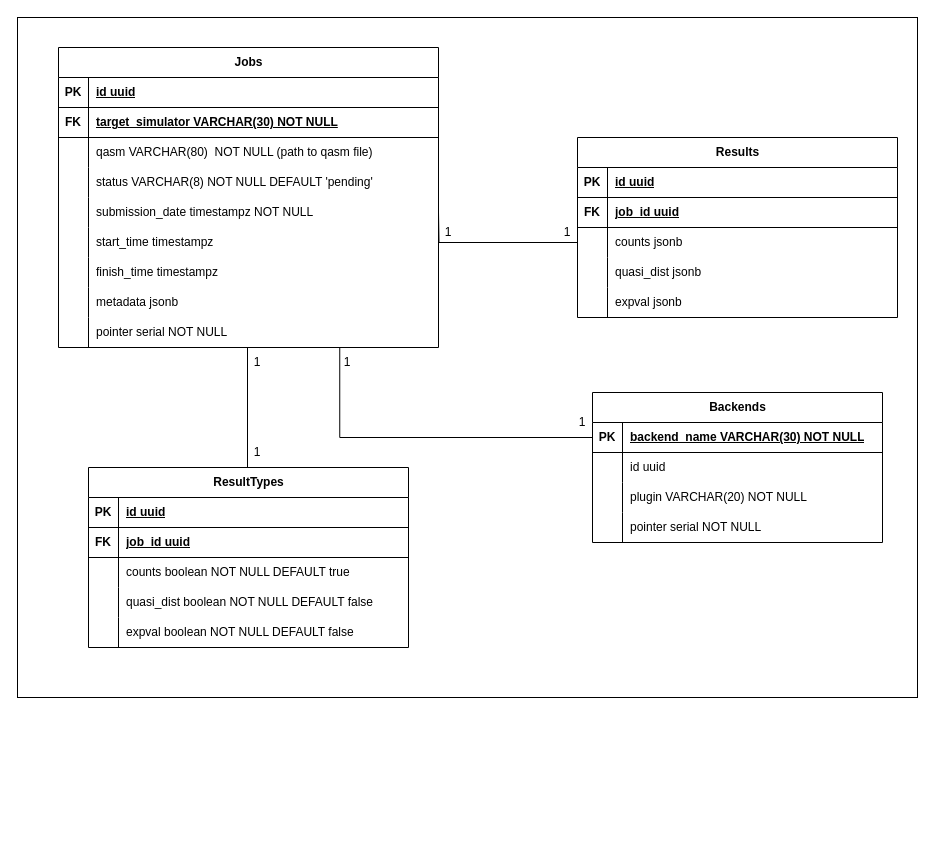
Before: assets/database.drawio in Dpbm/qserver, a draw.io diagram. Source tidied: cells renumbered, new cells numbered last; positions are measured from the earlier drawing's top-left corner, leaving out a move shared by most shapes. Both pictures are drawn from the tidied source at 100%, with x=0, y=0 at pixel (17, 17).
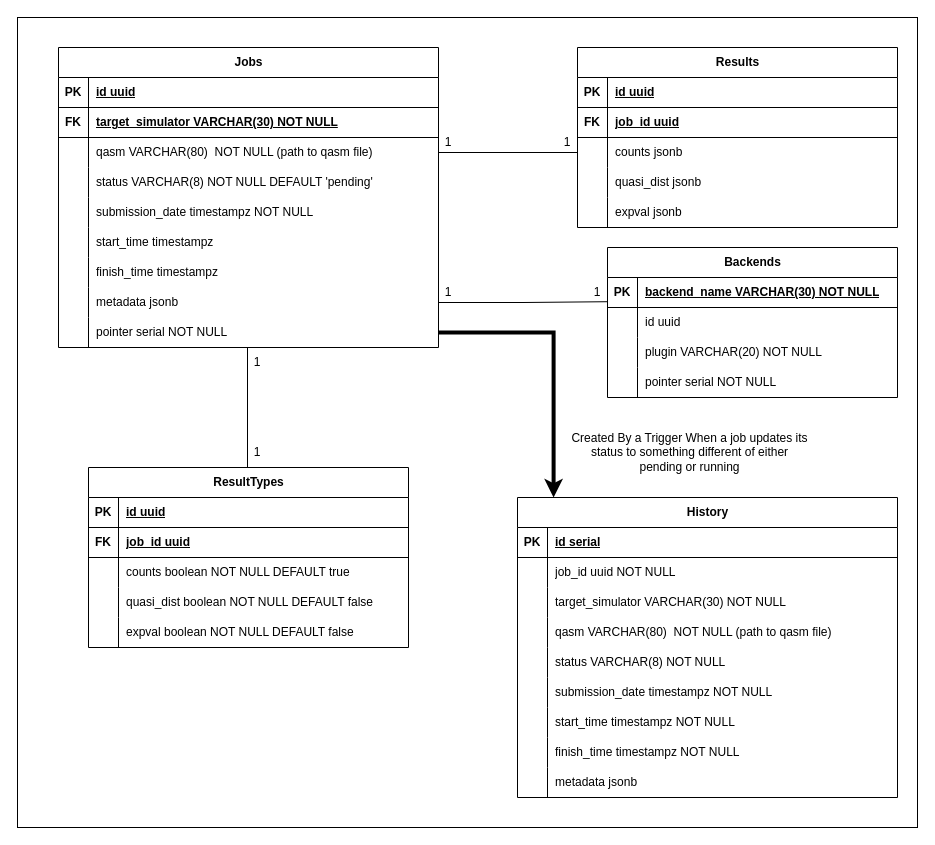
Above is the later version.

Unchanged cells that the change refers to:
```xml
<mxCell id="10" style="shape=tableRow;horizontal=0;startSize=0;swimlaneHead=0;swimlaneBody=0;fillColor=none;points=[[0,0.5],[1,0.5]];portConstraint=eastwest;top=0;left=0;right=0;bottom=0;" parent="3" vertex="1">
  <mxGeometry y="90" width="380" height="30" as="geometry" />
</mxCell>
<mxCell id="25" style="shape=tableRow;horizontal=0;startSize=0;swimlaneHead=0;swimlaneBody=0;fillColor=none;points=[[0,0.5],[1,0.5]];portConstraint=eastwest;top=0;left=0;right=0;bottom=0;" parent="3" vertex="1">
  <mxGeometry y="240" width="380" height="30" as="geometry" />
</mxCell>
<mxCell id="28" style="shape=tableRow;horizontal=0;startSize=0;swimlaneHead=0;swimlaneBody=0;fillColor=none;points=[[0,0.5],[1,0.5]];portConstraint=eastwest;top=0;left=0;right=0;bottom=0;" parent="3" vertex="1">
  <mxGeometry y="270" width="380" height="30" as="geometry" />
</mxCell>
<mxCell id="38" style="shape=tableRow;horizontal=0;startSize=0;swimlaneHead=0;swimlaneBody=0;fillColor=none;points=[[0,0.5],[1,0.5]];portConstraint=eastwest;top=0;left=0;right=0;bottom=0;" parent="31" vertex="1">
  <mxGeometry y="90" width="320" height="30" as="geometry" />
</mxCell>
<mxCell id="70" style="shape=tableRow;horizontal=0;startSize=0;swimlaneHead=0;swimlaneBody=0;fillColor=none;points=[[0,0.5],[1,0.5]];portConstraint=eastwest;top=0;left=0;right=0;bottom=1;" parent="69" vertex="1">
  <mxGeometry y="30" width="290" height="30" as="geometry" />
</mxCell>
```

Diff of the diagram source:
```diff
@@
     <mxCell id="2" style="rounded=0;whiteSpace=wrap;html=1;" parent="1" vertex="1">
-      <mxGeometry width="900" height="680" as="geometry" />
+      <mxGeometry width="900" height="810" as="geometry" />
     </mxCell>
@@
     <mxCell id="31" value="Results" style="shape=table;startSize=30;childLayout=tableLayout;rowLines=0;fontStyle=1;align=center;html=1;" parent="1" vertex="1">
-      <mxGeometry x="560" y="120" width="320" height="180" as="geometry" />
+      <mxGeometry x="560" y="30" width="320" height="180" as="geometry" />
     </mxCell>
@@
-    <mxCell id="47" style="edgeStyle=orthogonalEdgeStyle;rounded=0;jettySize=auto;html=1;exitX=0;exitY=0.5;exitDx=0;exitDy=0;entryX=1;entryY=0.5;entryDx=0;entryDy=0;endArrow=none;startFill=0;" parent="1" edge="1" source="38">
-      <mxGeometry relative="1" as="geometry">
-        <mxPoint x="421" y="195" as="targetPoint" />
-      </mxGeometry>
+    <mxCell id="47" style="edgeStyle=orthogonalEdgeStyle;rounded=0;jettySize=auto;html=1;exitX=0;exitY=0.5;exitDx=0;exitDy=0;entryX=1;entryY=0.5;entryDx=0;entryDy=0;endArrow=none;startFill=0;" parent="1" edge="1" source="38" target="10">
+      <mxGeometry relative="1" as="geometry" />
     </mxCell>
     <mxCell id="48" value="1" style="text;html=1;align=center;verticalAlign=middle;whiteSpace=wrap;rounded=0;" parent="1" vertex="1">
-      <mxGeometry x="421" y="200" width="20" height="30" as="geometry" />
+      <mxGeometry x="421" y="110" width="20" height="30" as="geometry" />
     </mxCell>
     <mxCell id="49" value="1" style="text;html=1;align=center;verticalAlign=middle;whiteSpace=wrap;rounded=0;" parent="1" vertex="1">
-      <mxGeometry x="540" y="200" width="20" height="30" as="geometry" />
+      <mxGeometry x="540" y="110" width="20" height="30" as="geometry" />
     </mxCell>
@@
     <mxCell id="69" value="Backends" style="shape=table;startSize=30;childLayout=tableLayout;rowLines=0;fontStyle=1;align=center;html=1;" parent="1" vertex="1">
-      <mxGeometry x="575" y="375" width="290" height="150" as="geometry" />
+      <mxGeometry x="590" y="230" width="290" height="150" as="geometry" />
     </mxCell>
@@
-    <mxCell id="82" style="rounded=0;jettySize=auto;html=1;exitX=0;exitY=0.5;exitDx=0;exitDy=0;entryX=0.113;entryY=0.017;entryDx=0;entryDy=0;entryPerimeter=0;edgeStyle=elbowEdgeStyle;elbow=vertical;endArrow=none;startFill=0;" parent="1" edge="1" source="70" target="83">
-      <mxGeometry relative="1" as="geometry">
-        <Array as="points">
-          <mxPoint x="450" y="420" />
-        </Array>
-      </mxGeometry>
-    </mxCell>
     <mxCell id="83" value="1" style="text;html=1;align=center;verticalAlign=middle;whiteSpace=wrap;rounded=0;" parent="1" vertex="1">
-      <mxGeometry x="320" y="330" width="20" height="30" as="geometry" />
+      <mxGeometry x="421" y="260" width="20" height="30" as="geometry" />
     </mxCell>
     <mxCell id="84" value="1" style="text;html=1;align=center;verticalAlign=middle;whiteSpace=wrap;rounded=0;" parent="1" vertex="1">
-      <mxGeometry x="555" y="390" width="20" height="30" as="geometry" />
+      <mxGeometry x="570" y="260" width="20" height="30" as="geometry" />
     </mxCell>
+    <mxCell id="85" value="History" style="shape=table;startSize=30;childLayout=tableLayout;rowLines=0;fontStyle=1;align=center;html=1;" parent="1" vertex="1">
+      <mxGeometry x="500" y="480" width="380" height="300" as="geometry" />
+    </mxCell>
+    <mxCell id="86" style="shape=tableRow;horizontal=0;startSize=0;swimlaneHead=0;swimlaneBody=0;fillColor=none;top=0;left=0;right=0;bottom=1;" parent="85" vertex="1">
+      <mxGeometry y="30" width="380" height="30" as="geometry" />
+    </mxCell>
+    <mxCell id="87" value="PK" style="shape=partialRectangle;fillColor=none;top=0;left=0;bottom=0;right=0;fontStyle=1;overflow=hidden;whiteSpace=wrap;html=1;" parent="86" vertex="1">
+      <mxGeometry width="30" height="30" as="geometry" />
+    </mxCell>
+    <mxCell id="88" value="id serial" style="shape=partialRectangle;fillColor=none;top=0;left=0;bottom=0;right=0;align=left;spacingLeft=6;fontStyle=5;overflow=hidden;whiteSpace=wrap;html=1;" parent="86" vertex="1">
+      <mxGeometry x="30" width="350" height="30" as="geometry" />
+    </mxCell>
+    <mxCell id="89" style="shape=tableRow;horizontal=0;startSize=0;swimlaneHead=0;swimlaneBody=0;fillColor=none;top=0;left=0;right=0;bottom=0;" parent="85" vertex="1">
+      <mxGeometry y="60" width="380" height="30" as="geometry" />
+    </mxCell>
+    <mxCell id="90" style="shape=partialRectangle;fillColor=none;top=0;left=0;bottom=0;right=0;overflow=hidden;whiteSpace=wrap;html=1;" parent="89" vertex="1">
+      <mxGeometry width="30" height="30" as="geometry" />
+    </mxCell>
+    <mxCell id="91" value="job_id uuid NOT NULL" style="shape=partialRectangle;fillColor=none;top=0;left=0;bottom=0;right=0;align=left;spacingLeft=6;overflow=hidden;whiteSpace=wrap;html=1;" parent="89" vertex="1">
+      <mxGeometry x="30" width="350" height="30" as="geometry" />
+    </mxCell>
+    <mxCell id="92" style="shape=tableRow;horizontal=0;startSize=0;swimlaneHead=0;swimlaneBody=0;fillColor=none;top=0;left=0;right=0;bottom=0;" parent="85" vertex="1">
+      <mxGeometry y="90" width="380" height="30" as="geometry" />
+    </mxCell>
+    <mxCell id="93" style="shape=partialRectangle;fillColor=none;top=0;left=0;bottom=0;right=0;overflow=hidden;whiteSpace=wrap;html=1;" parent="92" vertex="1">
+      <mxGeometry width="30" height="30" as="geometry" />
+    </mxCell>
+    <mxCell id="94" value="target_simulator VARCHAR(30) NOT NULL" style="shape=partialRectangle;fillColor=none;top=0;left=0;bottom=0;right=0;align=left;spacingLeft=6;overflow=hidden;whiteSpace=wrap;html=1;" parent="92" vertex="1">
+      <mxGeometry x="30" width="350" height="30" as="geometry" />
+    </mxCell>
+    <mxCell id="95" style="shape=tableRow;horizontal=0;startSize=0;swimlaneHead=0;swimlaneBody=0;fillColor=none;top=0;left=0;right=0;bottom=0;" parent="85" vertex="1">
+      <mxGeometry y="120" width="380" height="30" as="geometry" />
+    </mxCell>
+    <mxCell id="96" style="shape=partialRectangle;fillColor=none;top=0;left=0;bottom=0;right=0;overflow=hidden;whiteSpace=wrap;html=1;" parent="95" vertex="1">
+      <mxGeometry width="30" height="30" as="geometry" />
+    </mxCell>
+    <mxCell id="97" value="qasm VARCHAR(80)&amp;nbsp; NOT NULL (path to qasm file)&lt;span style=&quot;color: light-dark(rgb(0, 0, 0), rgb(255, 255, 255)); background-color: transparent;&quot;&gt;&amp;nbsp;&lt;/span&gt;" style="shape=partialRectangle;fillColor=none;top=0;left=0;bottom=0;right=0;align=left;spacingLeft=6;overflow=hidden;whiteSpace=wrap;html=1;" parent="95" vertex="1">
+      <mxGeometry x="30" width="350" height="30" as="geometry" />
+    </mxCell>
+    <mxCell id="98" style="shape=tableRow;horizontal=0;startSize=0;swimlaneHead=0;swimlaneBody=0;fillColor=none;top=0;left=0;right=0;bottom=0;" parent="85" vertex="1">
+      <mxGeometry y="150" width="380" height="30" as="geometry" />
+    </mxCell>
+    <mxCell id="99" style="shape=partialRectangle;fillColor=none;top=0;left=0;bottom=0;right=0;overflow=hidden;whiteSpace=wrap;html=1;" parent="98" vertex="1">
+      <mxGeometry width="30" height="30" as="geometry" />
+    </mxCell>
+    <mxCell id="100" value="status VARCHAR(8) NOT NULL" style="shape=partialRectangle;fillColor=none;top=0;left=0;bottom=0;right=0;align=left;spacingLeft=6;overflow=hidden;whiteSpace=wrap;html=1;" parent="98" vertex="1">
+      <mxGeometry x="30" width="350" height="30" as="geometry" />
+    </mxCell>
+    <mxCell id="101" style="shape=tableRow;horizontal=0;startSize=0;swimlaneHead=0;swimlaneBody=0;fillColor=none;top=0;left=0;right=0;bottom=0;" parent="85" vertex="1">
+      <mxGeometry y="180" width="380" height="30" as="geometry" />
+    </mxCell>
+    <mxCell id="102" style="shape=partialRectangle;fillColor=none;top=0;left=0;bottom=0;right=0;overflow=hidden;whiteSpace=wrap;html=1;" parent="101" vertex="1">
+      <mxGeometry width="30" height="30" as="geometry" />
+    </mxCell>
+    <mxCell id="103" value="submission_date timestampz NOT NULL" style="shape=partialRectangle;fillColor=none;top=0;left=0;bottom=0;right=0;align=left;spacingLeft=6;overflow=hidden;whiteSpace=wrap;html=1;" parent="101" vertex="1">
+      <mxGeometry x="30" width="350" height="30" as="geometry" />
+    </mxCell>
+    <mxCell id="104" style="shape=tableRow;horizontal=0;startSize=0;swimlaneHead=0;swimlaneBody=0;fillColor=none;top=0;left=0;right=0;bottom=0;" parent="85" vertex="1">
+      <mxGeometry y="210" width="380" height="30" as="geometry" />
+    </mxCell>
+    <mxCell id="105" style="shape=partialRectangle;fillColor=none;top=0;left=0;bottom=0;right=0;overflow=hidden;whiteSpace=wrap;html=1;" parent="104" vertex="1">
+      <mxGeometry width="30" height="30" as="geometry" />
+    </mxCell>
+    <mxCell id="106" value="start_time timestampz NOT NULL" style="shape=partialRectangle;fillColor=none;top=0;left=0;bottom=0;right=0;align=left;spacingLeft=6;overflow=hidden;whiteSpace=wrap;html=1;" parent="104" vertex="1">
+      <mxGeometry x="30" width="350" height="30" as="geometry" />
+    </mxCell>
+    <mxCell id="107" style="shape=tableRow;horizontal=0;startSize=0;swimlaneHead=0;swimlaneBody=0;fillColor=none;top=0;left=0;right=0;bottom=0;" parent="85" vertex="1">
+      <mxGeometry y="240" width="380" height="30" as="geometry" />
+    </mxCell>
+    <mxCell id="108" style="shape=partialRectangle;fillColor=none;top=0;left=0;bottom=0;right=0;overflow=hidden;whiteSpace=wrap;html=1;" parent="107" vertex="1">
+      <mxGeometry width="30" height="30" as="geometry" />
+    </mxCell>
+    <mxCell id="109" value="finish_time timestampz NOT NULL" style="shape=partialRectangle;fillColor=none;top=0;left=0;bottom=0;right=0;align=left;spacingLeft=6;overflow=hidden;whiteSpace=wrap;html=1;" parent="107" vertex="1">
+      <mxGeometry x="30" width="350" height="30" as="geometry" />
+    </mxCell>
+    <mxCell id="110" style="shape=tableRow;horizontal=0;startSize=0;swimlaneHead=0;swimlaneBody=0;fillColor=none;top=0;left=0;right=0;bottom=0;" parent="85" vertex="1">
+      <mxGeometry y="270" width="380" height="30" as="geometry" />
+    </mxCell>
+    <mxCell id="111" style="shape=partialRectangle;fillColor=none;top=0;left=0;bottom=0;right=0;overflow=hidden;whiteSpace=wrap;html=1;" parent="110" vertex="1">
+      <mxGeometry width="30" height="30" as="geometry" />
+    </mxCell>
+    <mxCell id="112" value="metadata jsonb" style="shape=partialRectangle;fillColor=none;top=0;left=0;bottom=0;right=0;align=left;spacingLeft=6;overflow=hidden;whiteSpace=wrap;html=1;" parent="110" vertex="1">
+      <mxGeometry x="30" width="350" height="30" as="geometry" />
+    </mxCell>
+    <mxCell id="113" style="edgeStyle=orthogonalEdgeStyle;rounded=0;jettySize=auto;html=1;exitX=1;exitY=0.5;exitDx=0;exitDy=0;entryX=0.095;entryY=0;entryDx=0;entryDy=0;entryPerimeter=0;strokeWidth=4;" parent="1" edge="1" source="28" target="85">
+      <mxGeometry relative="1" as="geometry" />
+    </mxCell>
+    <mxCell id="114" value="Created By a Trigger When a job updates its status to something different of either pending or running" style="text;html=1;align=center;verticalAlign=middle;whiteSpace=wrap;rounded=0;" parent="1" vertex="1">
+      <mxGeometry x="550" y="420" width="245" height="30" as="geometry" />
+    </mxCell>
+    <mxCell id="115" style="edgeStyle=orthogonalEdgeStyle;rounded=0;jettySize=auto;html=1;exitX=1;exitY=0.5;exitDx=0;exitDy=0;entryX=0.001;entryY=0.807;entryDx=0;entryDy=0;entryPerimeter=0;endArrow=none;startFill=0;" parent="1" edge="1" source="25" target="70">
+      <mxGeometry relative="1" as="geometry" />
+    </mxCell>
```
